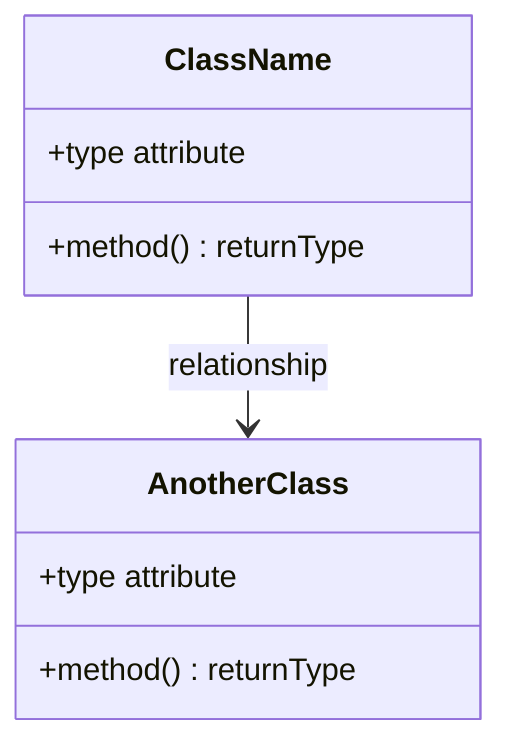
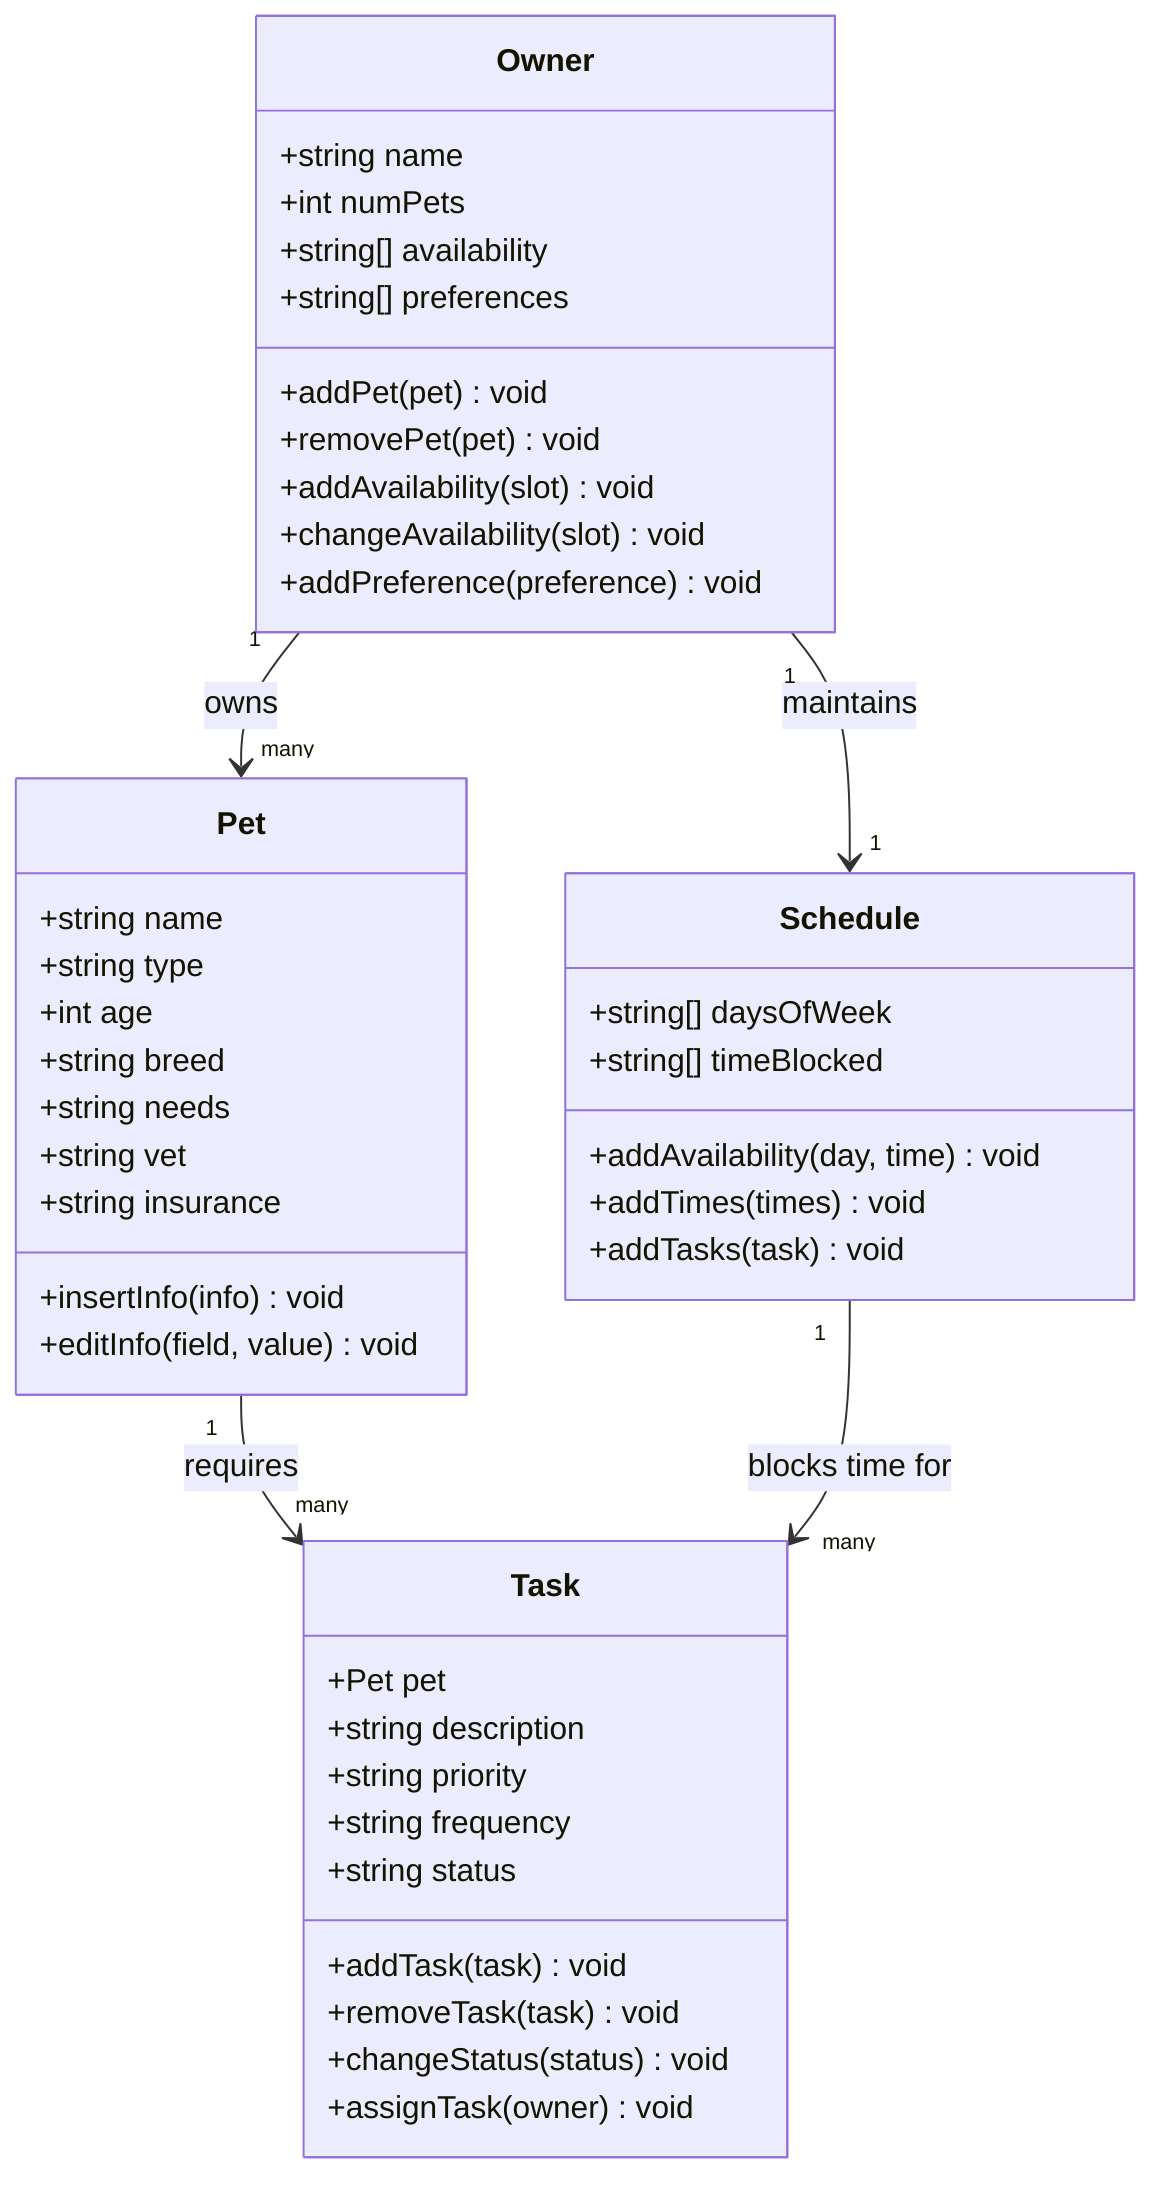
classDiagram
-     %% Replace the placeholders below with your actual classes, attributes, methods, and relationships.
-     %% Keep this file updated so it matches your final implementation.
- 
-     class ClassName {
-         +type attribute
-         +method() returnType
+     class Pet {
+         +string name
+         +string type
+         +int age
+         +string breed
+         +string needs
+         +string vet
+         +string insurance
+         +insertInfo(info) void
+         +editInfo(field, value) void
    }

-     class AnotherClass {
-         +type attribute
-         +method() returnType
+     class Owner {
+         +string name
+         +int numPets
+         +string[] availability
+         +string[] preferences
+         +addPet(pet) void
+         +removePet(pet) void
+         +addAvailability(slot) void
+         +changeAvailability(slot) void
+         +addPreference(preference) void
    }

-     ClassName --> AnotherClass : relationship
+     class Task {
+         +Pet pet
+         +string description
+         +string priority
+         +string frequency
+         +string status
+         +addTask(task) void
+         +removeTask(task) void
+         +changeStatus(status) void
+         +assignTask(owner) void
+     }
+ 
+     class Schedule {
+         +string[] daysOfWeek
+         +string[] timeBlocked
+         +addAvailability(day, time) void
+         +addTimes(times) void
+         +addTasks(task) void
+     }
+ 
+     Owner "1" --> "many" Pet : owns
+     Pet "1" --> "many" Task : requires
+     Owner "1" --> "1" Schedule : maintains
+     Schedule "1" --> "many" Task : blocks time for
